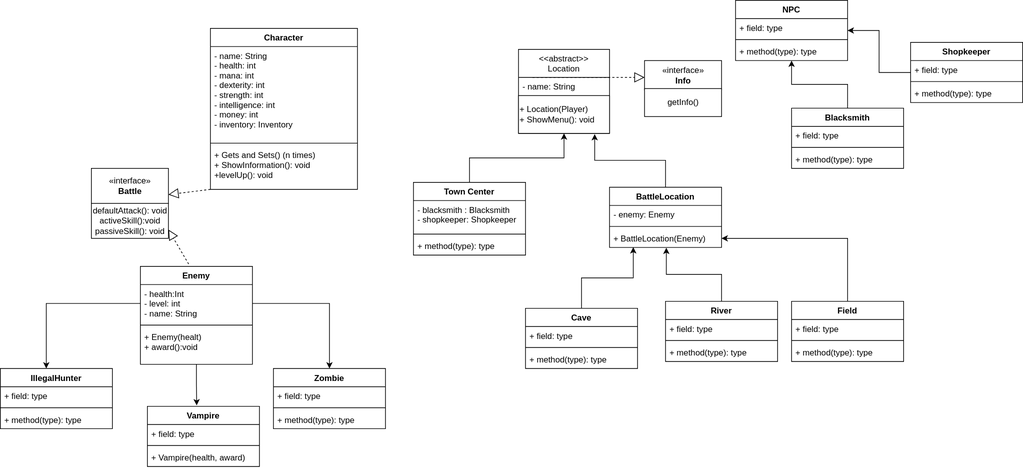
Earlier version of the draw.io export OOPrinciplesAG.drawio.svg (umutaan50/OOPrinciplesProjectAG). Source tidied: cells renumbered, new cells last; positions are measured from the earlier drawing's top-left corner, leaving out a move shared by most shapes.
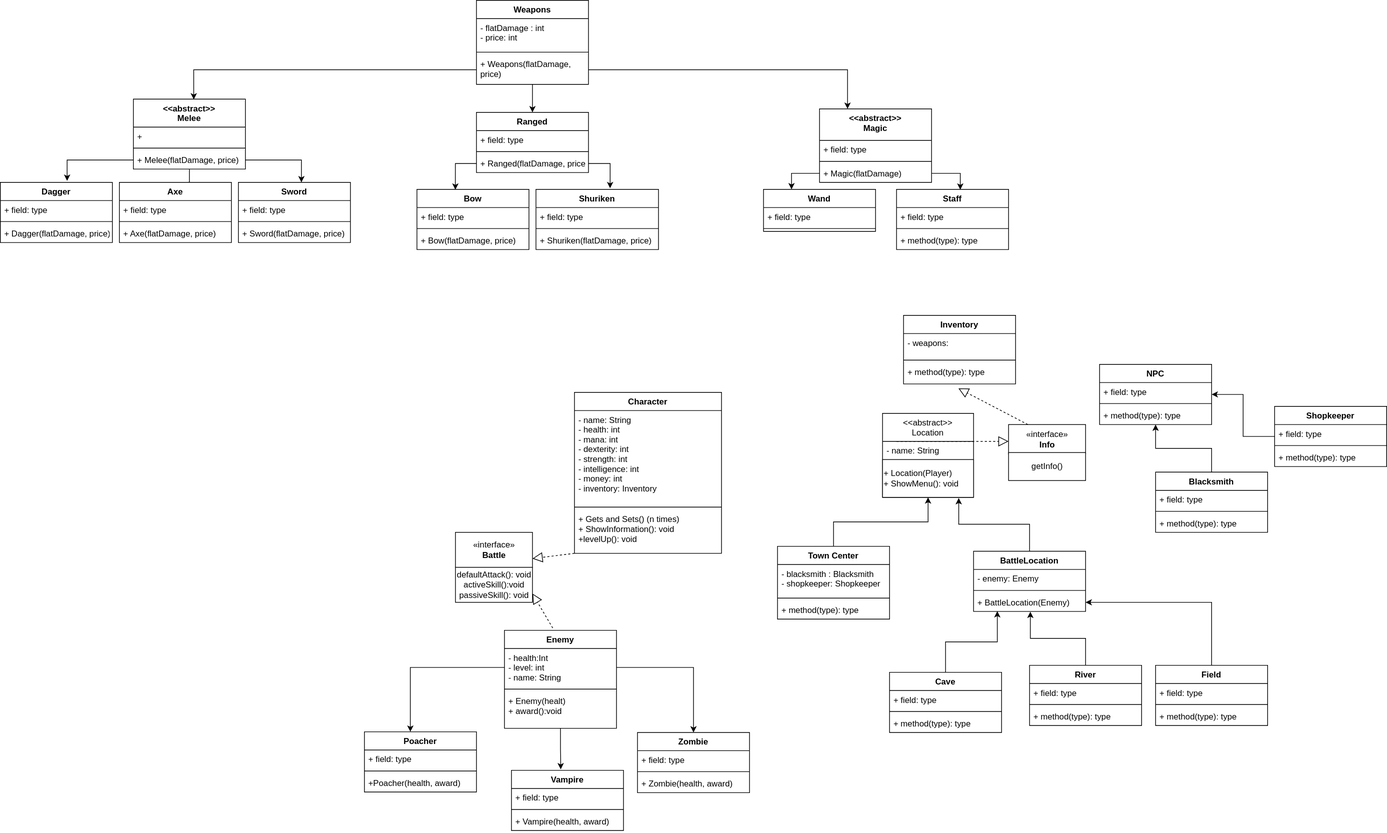
The same file after the commit.

Change to the diagram source:
```diff
@@ -181,8 +181,8 @@
     <mxCell id="59" style="endArrow=block;dashed=1;endFill=0;endSize=12;html=1;rounded=0;entryX=1;entryY=0.75;entryDx=0;entryDy=0;exitX=0.431;exitY=-0.023;exitDx=0;exitDy=0;exitPerimeter=0;" parent="1" edge="1" source="51" target="56">
       <mxGeometry relative="1" as="geometry" />
     </mxCell>
-    <mxCell id="60" value="IllegalHunter" style="swimlane;fontStyle=1;align=center;verticalAlign=top;horizontal=1;startSize=26;" parent="1" vertex="1">
-      <mxGeometry y="526" width="160" height="86" as="geometry" />
+    <mxCell id="60" value="Poacher" style="swimlane;fontStyle=1;align=center;verticalAlign=top;horizontal=1;startSize=26;" parent="1" vertex="1">
+      <mxGeometry y="525" width="160" height="86" as="geometry" />
     </mxCell>
     <mxCell id="61" value="+ field: type" style="text;strokeColor=none;fillColor=none;align=left;verticalAlign=top;spacingLeft=4;spacingRight=4;overflow=hidden;" parent="60" vertex="1">
       <mxGeometry y="26" width="160" height="26" as="geometry" />
@@ -190,7 +190,7 @@
     <mxCell id="62" style="line;strokeWidth=1;fillColor=none;align=left;verticalAlign=middle;spacingTop=-1;spacingLeft=3;spacingRight=3;labelPosition=right;" parent="60" vertex="1">
       <mxGeometry y="52" width="160" height="8" as="geometry" />
     </mxCell>
-    <mxCell id="63" value="+ method(type): type" style="text;strokeColor=none;fillColor=none;align=left;verticalAlign=top;spacingLeft=4;spacingRight=4;overflow=hidden;" parent="60" vertex="1">
+    <mxCell id="63" value="+Poacher(health, award)" style="text;strokeColor=none;fillColor=none;align=left;verticalAlign=top;spacingLeft=4;spacingRight=4;overflow=hidden;" parent="60" vertex="1">
       <mxGeometry y="60" width="160" height="26" as="geometry" />
     </mxCell>
     <mxCell id="64" value="Vampire" style="swimlane;fontStyle=1;align=center;verticalAlign=top;horizontal=1;startSize=26;" parent="1" vertex="1">
@@ -214,14 +214,194 @@
     <mxCell id="70" style="line;strokeWidth=1;fillColor=none;align=left;verticalAlign=middle;spacingTop=-1;spacingLeft=3;spacingRight=3;labelPosition=right;" parent="68" vertex="1">
       <mxGeometry y="52" width="160" height="8" as="geometry" />
     </mxCell>
-    <mxCell id="71" value="+ method(type): type" style="text;strokeColor=none;fillColor=none;align=left;verticalAlign=top;spacingLeft=4;spacingRight=4;overflow=hidden;" parent="68" vertex="1">
+    <mxCell id="71" value="+ Zombie(health, award)" style="text;strokeColor=none;fillColor=none;align=left;verticalAlign=top;spacingLeft=4;spacingRight=4;overflow=hidden;" parent="68" vertex="1">
       <mxGeometry y="60" width="160" height="26" as="geometry" />
     </mxCell>
     <mxCell id="72" style="edgeStyle=orthogonalEdgeStyle;rounded=0;jettySize=auto;html=1;entryX=0.41;entryY=0;entryDx=0;entryDy=0;entryPerimeter=0;" parent="1" edge="1" source="52" target="60">
-      <mxGeometry relative="1" as="geometry" />
+      <mxGeometry relative="1" as="geometry">
+        <Array as="points">
+          <mxPoint x="66" y="433" />
+        </Array>
+      </mxGeometry>
     </mxCell>
     <mxCell id="73" style="edgeStyle=orthogonalEdgeStyle;rounded=0;jettySize=auto;html=1;entryX=0.5;entryY=0;entryDx=0;entryDy=0;" parent="1" edge="1" source="52" target="68">
       <mxGeometry relative="1" as="geometry" />
     </mxCell>
+    <mxCell id="74" value="Inventory" style="swimlane;fontStyle=1;align=center;verticalAlign=top;horizontal=1;startSize=26;" parent="1" vertex="1">
+      <mxGeometry x="770" y="-70" width="160" height="98" as="geometry" />
+    </mxCell>
+    <mxCell id="75" value="- weapons: " style="text;strokeColor=none;fillColor=none;align=left;verticalAlign=top;spacingLeft=4;spacingRight=4;overflow=hidden;" parent="74" vertex="1">
+      <mxGeometry y="26" width="160" height="34" as="geometry" />
+    </mxCell>
+    <mxCell id="76" style="line;strokeWidth=1;fillColor=none;align=left;verticalAlign=middle;spacingTop=-1;spacingLeft=3;spacingRight=3;labelPosition=right;" parent="74" vertex="1">
+      <mxGeometry y="60" width="160" height="8" as="geometry" />
+    </mxCell>
+    <mxCell id="77" value="+ method(type): type" style="text;strokeColor=none;fillColor=none;align=left;verticalAlign=top;spacingLeft=4;spacingRight=4;overflow=hidden;points=[[0,0.5],[1,0.5]];portConstraint=eastwest;" parent="74" vertex="1">
+      <mxGeometry y="68" width="160" height="30" as="geometry" />
+    </mxCell>
+    <mxCell id="78" style="endArrow=block;dashed=1;endFill=0;endSize=12;html=1;rounded=0;exitX=0.25;exitY=0;exitDx=0;exitDy=0;entryX=0.49;entryY=1.208;entryDx=0;entryDy=0;entryPerimeter=0;" parent="1" edge="1" source="33" target="77">
+      <mxGeometry relative="1" as="geometry" />
+    </mxCell>
+    <mxCell id="79" style="edgeStyle=orthogonalEdgeStyle;rounded=0;jettySize=auto;html=1;" parent="1" edge="1" source="80" target="90">
+      <mxGeometry relative="1" as="geometry" />
+    </mxCell>
+    <mxCell id="80" value="Weapons" style="swimlane;fontStyle=1;align=center;verticalAlign=top;horizontal=1;startSize=26;" parent="1" vertex="1">
+      <mxGeometry x="160" y="-520" width="160" height="120" as="geometry" />
+    </mxCell>
+    <mxCell id="81" value="- flatDamage : int&#10;- price: int" style="text;strokeColor=none;fillColor=none;align=left;verticalAlign=top;spacingLeft=4;spacingRight=4;overflow=hidden;" parent="80" vertex="1">
+      <mxGeometry y="26" width="160" height="44" as="geometry" />
+    </mxCell>
+    <mxCell id="82" style="line;strokeWidth=1;fillColor=none;align=left;verticalAlign=middle;spacingTop=-1;spacingLeft=3;spacingRight=3;labelPosition=right;" parent="80" vertex="1">
+      <mxGeometry y="70" width="160" height="8" as="geometry" />
+    </mxCell>
+    <mxCell id="83" value="+ Weapons(flatDamage, &#10;price)" style="text;strokeColor=none;fillColor=none;align=left;verticalAlign=top;spacingLeft=4;spacingRight=4;overflow=hidden;points=[[0,0.5],[1,0.5]];portConstraint=eastwest;" parent="80" vertex="1">
+      <mxGeometry y="78" width="160" height="42" as="geometry" />
+    </mxCell>
+    <mxCell id="84" style="edgeStyle=orthogonalEdgeStyle;rounded=0;jettySize=auto;html=1;entryX=0.62;entryY=-0.012;entryDx=0;entryDy=0;entryPerimeter=0;" parent="1" edge="1" source="86" target="103">
+      <mxGeometry relative="1" as="geometry" />
+    </mxCell>
+    <mxCell id="85" style="edgeStyle=orthogonalEdgeStyle;rounded=0;jettySize=auto;html=1;" parent="1" edge="1" source="89">
+      <mxGeometry relative="1" as="geometry">
+        <mxPoint x="-90" y="-260" as="targetPoint" />
+      </mxGeometry>
+    </mxCell>
+    <mxCell id="86" value="&lt;&lt;abstract&gt;&gt;&#10;Melee" style="swimlane;fontStyle=1;align=center;verticalAlign=top;horizontal=1;startSize=40;" parent="1" vertex="1">
+      <mxGeometry x="-330" y="-379" width="160" height="100" as="geometry" />
+    </mxCell>
+    <mxCell id="87" value="+" style="text;strokeColor=none;fillColor=none;align=left;verticalAlign=top;spacingLeft=4;spacingRight=4;overflow=hidden;" parent="86" vertex="1">
+      <mxGeometry y="40" width="160" height="26" as="geometry" />
+    </mxCell>
+    <mxCell id="88" style="line;strokeWidth=1;fillColor=none;align=left;verticalAlign=middle;spacingTop=-1;spacingLeft=3;spacingRight=3;labelPosition=right;" parent="86" vertex="1">
+      <mxGeometry y="66" width="160" height="8" as="geometry" />
+    </mxCell>
+    <mxCell id="89" value="+ Melee(flatDamage, price)" style="text;strokeColor=none;fillColor=none;align=left;verticalAlign=top;spacingLeft=4;spacingRight=4;overflow=hidden;points=[[0,0.5],[1,0.5]];portConstraint=eastwest;" parent="86" vertex="1">
+      <mxGeometry y="74" width="160" height="26" as="geometry" />
+    </mxCell>
+    <mxCell id="90" value="Ranged" style="swimlane;fontStyle=1;align=center;verticalAlign=top;horizontal=1;startSize=26;" parent="1" vertex="1">
+      <mxGeometry x="160" y="-360" width="160" height="86" as="geometry" />
+    </mxCell>
+    <mxCell id="91" value="+ field: type" style="text;strokeColor=none;fillColor=none;align=left;verticalAlign=top;spacingLeft=4;spacingRight=4;overflow=hidden;" parent="90" vertex="1">
+      <mxGeometry y="26" width="160" height="26" as="geometry" />
+    </mxCell>
+    <mxCell id="92" style="line;strokeWidth=1;fillColor=none;align=left;verticalAlign=middle;spacingTop=-1;spacingLeft=3;spacingRight=3;labelPosition=right;" parent="90" vertex="1">
+      <mxGeometry y="52" width="160" height="8" as="geometry" />
+    </mxCell>
+    <mxCell id="93" value="+ Ranged(flatDamage, price)" style="text;strokeColor=none;fillColor=none;align=left;verticalAlign=top;spacingLeft=4;spacingRight=4;overflow=hidden;points=[[0,0.5],[1,0.5]];portConstraint=eastwest;" parent="90" vertex="1">
+      <mxGeometry y="60" width="160" height="26" as="geometry" />
+    </mxCell>
+    <mxCell id="94" value="&lt;&lt;abstract&gt;&gt;&#10;Magic" style="swimlane;fontStyle=1;align=center;verticalAlign=top;horizontal=1;startSize=45;" parent="1" vertex="1">
+      <mxGeometry x="650" y="-365" width="160" height="105" as="geometry" />
+    </mxCell>
+    <mxCell id="95" value="+ field: type" style="text;strokeColor=none;fillColor=none;align=left;verticalAlign=top;spacingLeft=4;spacingRight=4;overflow=hidden;" parent="94" vertex="1">
+      <mxGeometry y="45" width="160" height="26" as="geometry" />
+    </mxCell>
+    <mxCell id="96" style="line;strokeWidth=1;fillColor=none;align=left;verticalAlign=middle;spacingTop=-1;spacingLeft=3;spacingRight=3;labelPosition=right;" parent="94" vertex="1">
+      <mxGeometry y="71" width="160" height="8" as="geometry" />
+    </mxCell>
+    <mxCell id="97" value="+ Magic(flatDamage)" style="text;strokeColor=none;fillColor=none;align=left;verticalAlign=top;spacingLeft=4;spacingRight=4;overflow=hidden;points=[[0,0.5],[1,0.5]];portConstraint=eastwest;" parent="94" vertex="1">
+      <mxGeometry y="79" width="160" height="26" as="geometry" />
+    </mxCell>
+    <mxCell id="98" style="edgeStyle=orthogonalEdgeStyle;rounded=0;jettySize=auto;html=1;entryX=0.539;entryY=0.006;entryDx=0;entryDy=0;entryPerimeter=0;" parent="1" edge="1" source="83" target="86">
+      <mxGeometry relative="1" as="geometry" />
+    </mxCell>
+    <mxCell id="99" value="Dagger" style="swimlane;fontStyle=1;align=center;verticalAlign=top;horizontal=1;startSize=26;" parent="1" vertex="1">
+      <mxGeometry x="-520" y="-260" width="160" height="86" as="geometry" />
+    </mxCell>
+    <mxCell id="100" value="+ field: type" style="text;strokeColor=none;fillColor=none;align=left;verticalAlign=top;spacingLeft=4;spacingRight=4;overflow=hidden;" parent="99" vertex="1">
+      <mxGeometry y="26" width="160" height="26" as="geometry" />
+    </mxCell>
+    <mxCell id="101" style="line;strokeWidth=1;fillColor=none;align=left;verticalAlign=middle;spacingTop=-1;spacingLeft=3;spacingRight=3;labelPosition=right;" parent="99" vertex="1">
+      <mxGeometry y="52" width="160" height="8" as="geometry" />
+    </mxCell>
+    <mxCell id="102" value="+ Dagger(flatDamage, price)" style="text;strokeColor=none;fillColor=none;align=left;verticalAlign=top;spacingLeft=4;spacingRight=4;overflow=hidden;" parent="99" vertex="1">
+      <mxGeometry y="60" width="160" height="26" as="geometry" />
+    </mxCell>
+    <mxCell id="103" value="Axe" style="swimlane;fontStyle=1;align=center;verticalAlign=top;horizontal=1;startSize=26;" parent="1" vertex="1">
+      <mxGeometry x="-350" y="-260" width="160" height="86" as="geometry" />
+    </mxCell>
+    <mxCell id="104" value="+ field: type" style="text;strokeColor=none;fillColor=none;align=left;verticalAlign=top;spacingLeft=4;spacingRight=4;overflow=hidden;" parent="103" vertex="1">
+      <mxGeometry y="26" width="160" height="26" as="geometry" />
+    </mxCell>
+    <mxCell id="105" style="line;strokeWidth=1;fillColor=none;align=left;verticalAlign=middle;spacingTop=-1;spacingLeft=3;spacingRight=3;labelPosition=right;" parent="103" vertex="1">
+      <mxGeometry y="52" width="160" height="8" as="geometry" />
+    </mxCell>
+    <mxCell id="106" value="+ Axe(flatDamage, price)" style="text;strokeColor=none;fillColor=none;align=left;verticalAlign=top;spacingLeft=4;spacingRight=4;overflow=hidden;" parent="103" vertex="1">
+      <mxGeometry y="60" width="160" height="26" as="geometry" />
+    </mxCell>
+    <mxCell id="107" value="Bow" style="swimlane;fontStyle=1;align=center;verticalAlign=top;horizontal=1;startSize=26;" parent="1" vertex="1">
+      <mxGeometry x="75" y="-250" width="160" height="86" as="geometry" />
+    </mxCell>
+    <mxCell id="108" value="+ field: type" style="text;strokeColor=none;fillColor=none;align=left;verticalAlign=top;spacingLeft=4;spacingRight=4;overflow=hidden;" parent="107" vertex="1">
+      <mxGeometry y="26" width="160" height="26" as="geometry" />
+    </mxCell>
+    <mxCell id="109" style="line;strokeWidth=1;fillColor=none;align=left;verticalAlign=middle;spacingTop=-1;spacingLeft=3;spacingRight=3;labelPosition=right;" parent="107" vertex="1">
+      <mxGeometry y="52" width="160" height="8" as="geometry" />
+    </mxCell>
+    <mxCell id="110" value="+ Bow(flatDamage, price)" style="text;strokeColor=none;fillColor=none;align=left;verticalAlign=top;spacingLeft=4;spacingRight=4;overflow=hidden;" parent="107" vertex="1">
+      <mxGeometry y="60" width="160" height="26" as="geometry" />
+    </mxCell>
+    <mxCell id="111" style="edgeStyle=orthogonalEdgeStyle;rounded=0;jettySize=auto;html=1;entryX=0.25;entryY=0;entryDx=0;entryDy=0;" parent="1" edge="1" source="83" target="94">
+      <mxGeometry relative="1" as="geometry" />
+    </mxCell>
+    <mxCell id="112" value="Sword" style="swimlane;fontStyle=1;align=center;verticalAlign=top;horizontal=1;startSize=26;" parent="1" vertex="1">
+      <mxGeometry x="-180" y="-260" width="160" height="86" as="geometry" />
+    </mxCell>
+    <mxCell id="113" value="+ field: type" style="text;strokeColor=none;fillColor=none;align=left;verticalAlign=top;spacingLeft=4;spacingRight=4;overflow=hidden;" parent="112" vertex="1">
+      <mxGeometry y="26" width="160" height="26" as="geometry" />
+    </mxCell>
+    <mxCell id="114" style="line;strokeWidth=1;fillColor=none;align=left;verticalAlign=middle;spacingTop=-1;spacingLeft=3;spacingRight=3;labelPosition=right;" parent="112" vertex="1">
+      <mxGeometry y="52" width="160" height="8" as="geometry" />
+    </mxCell>
+    <mxCell id="115" value="+ Sword(flatDamage, price)" style="text;strokeColor=none;fillColor=none;align=left;verticalAlign=top;spacingLeft=4;spacingRight=4;overflow=hidden;" parent="112" vertex="1">
+      <mxGeometry y="60" width="160" height="26" as="geometry" />
+    </mxCell>
+    <mxCell id="116" style="edgeStyle=orthogonalEdgeStyle;rounded=0;jettySize=auto;html=1;entryX=0.596;entryY=-0.025;entryDx=0;entryDy=0;entryPerimeter=0;" parent="1" edge="1" source="89" target="99">
+      <mxGeometry relative="1" as="geometry" />
+    </mxCell>
+    <mxCell id="117" value="Shuriken" style="swimlane;fontStyle=1;align=center;verticalAlign=top;horizontal=1;startSize=26;" parent="1" vertex="1">
+      <mxGeometry x="245" y="-250" width="175" height="86" as="geometry" />
+    </mxCell>
+    <mxCell id="118" value="+ field: type" style="text;strokeColor=none;fillColor=none;align=left;verticalAlign=top;spacingLeft=4;spacingRight=4;overflow=hidden;" parent="117" vertex="1">
+      <mxGeometry y="26" width="175" height="26" as="geometry" />
+    </mxCell>
+    <mxCell id="119" style="line;strokeWidth=1;fillColor=none;align=left;verticalAlign=middle;spacingTop=-1;spacingLeft=3;spacingRight=3;labelPosition=right;" parent="117" vertex="1">
+      <mxGeometry y="52" width="175" height="8" as="geometry" />
+    </mxCell>
+    <mxCell id="120" value="+ Shuriken(flatDamage, price)" style="text;strokeColor=none;fillColor=none;align=left;verticalAlign=top;spacingLeft=4;spacingRight=4;overflow=hidden;" parent="117" vertex="1">
+      <mxGeometry y="60" width="175" height="26" as="geometry" />
+    </mxCell>
+    <mxCell id="121" style="edgeStyle=orthogonalEdgeStyle;rounded=0;jettySize=auto;html=1;entryX=0.343;entryY=0.006;entryDx=0;entryDy=0;entryPerimeter=0;" parent="1" edge="1" source="93" target="107">
+      <mxGeometry relative="1" as="geometry" />
+    </mxCell>
+    <mxCell id="122" style="edgeStyle=orthogonalEdgeStyle;rounded=0;jettySize=auto;html=1;entryX=0.605;entryY=-0.019;entryDx=0;entryDy=0;entryPerimeter=0;" parent="1" edge="1" source="93" target="117">
+      <mxGeometry relative="1" as="geometry" />
+    </mxCell>
+    <mxCell id="123" value="Wand" style="swimlane;fontStyle=1;align=center;verticalAlign=top;horizontal=1;startSize=26;" parent="1" vertex="1">
+      <mxGeometry x="570" y="-250" width="160" height="60" as="geometry" />
+    </mxCell>
+    <mxCell id="124" value="+ field: type" style="text;strokeColor=none;fillColor=none;align=left;verticalAlign=top;spacingLeft=4;spacingRight=4;overflow=hidden;" parent="123" vertex="1">
+      <mxGeometry y="26" width="160" height="26" as="geometry" />
+    </mxCell>
+    <mxCell id="125" style="line;strokeWidth=1;fillColor=none;align=left;verticalAlign=middle;spacingTop=-1;spacingLeft=3;spacingRight=3;labelPosition=right;" parent="123" vertex="1">
+      <mxGeometry y="52" width="160" height="8" as="geometry" />
+    </mxCell>
+    <mxCell id="126" value="Staff" style="swimlane;fontStyle=1;align=center;verticalAlign=top;horizontal=1;startSize=26;" parent="1" vertex="1">
+      <mxGeometry x="760" y="-250" width="160" height="86" as="geometry" />
+    </mxCell>
+    <mxCell id="127" value="+ field: type" style="text;strokeColor=none;fillColor=none;align=left;verticalAlign=top;spacingLeft=4;spacingRight=4;overflow=hidden;" parent="126" vertex="1">
+      <mxGeometry y="26" width="160" height="26" as="geometry" />
+    </mxCell>
+    <mxCell id="128" style="line;strokeWidth=1;fillColor=none;align=left;verticalAlign=middle;spacingTop=-1;spacingLeft=3;spacingRight=3;labelPosition=right;" parent="126" vertex="1">
+      <mxGeometry y="52" width="160" height="8" as="geometry" />
+    </mxCell>
+    <mxCell id="129" value="+ method(type): type" style="text;strokeColor=none;fillColor=none;align=left;verticalAlign=top;spacingLeft=4;spacingRight=4;overflow=hidden;" parent="126" vertex="1">
+      <mxGeometry y="60" width="160" height="26" as="geometry" />
+    </mxCell>
+    <mxCell id="130" style="edgeStyle=orthogonalEdgeStyle;rounded=0;jettySize=auto;html=1;entryX=0.25;entryY=0;entryDx=0;entryDy=0;" parent="1" edge="1" source="97" target="123">
+      <mxGeometry relative="1" as="geometry" />
+    </mxCell>
+    <mxCell id="131" style="edgeStyle=orthogonalEdgeStyle;rounded=0;jettySize=auto;html=1;entryX=0.569;entryY=0.006;entryDx=0;entryDy=0;entryPerimeter=0;" parent="1" edge="1" source="97" target="126">
+      <mxGeometry relative="1" as="geometry" />
+    </mxCell>
   </root>
 </mxGraphModel>
```
